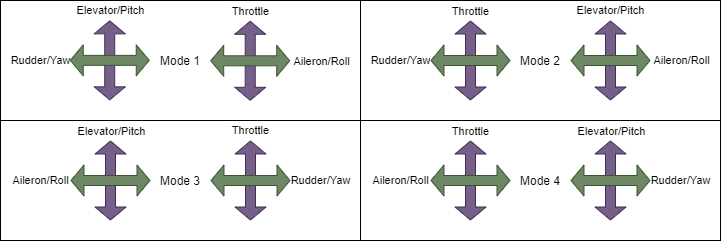
rumpelst1lzk1n/rumpelst1lzk1n.github.io keeps this draw.io diagram as src/img/radio_modes.drawio.png. Above is the earlier version. Source tidied: cells renumbered, new cells last; positions are measured from the earlier drawing's top-left corner, leaving out a move shared by most shapes. Its diagram source:
```xml
<mxGraphModel>
  <root>
    <mxCell id="0" />
    <mxCell id="1" parent="0" />
    <mxCell id="2" value="Mode 1" style="rounded=0;whiteSpace=wrap;html=1;fillColor=none;" parent="1" vertex="1">
      <mxGeometry width="360" height="120" as="geometry" />
    </mxCell>
    <mxCell id="3" value="Mode 4" style="rounded=0;whiteSpace=wrap;html=1;fillColor=none;" parent="1" vertex="1">
      <mxGeometry x="360" y="120" width="360" height="120" as="geometry" />
    </mxCell>
    <mxCell id="4" value="Mode 2" style="rounded=0;whiteSpace=wrap;html=1;fillColor=none;" parent="1" vertex="1">
      <mxGeometry x="360" width="360" height="120" as="geometry" />
    </mxCell>
    <mxCell id="5" value="Mode 3" style="rounded=0;whiteSpace=wrap;html=1;fillColor=none;" parent="1" vertex="1">
      <mxGeometry y="120" width="360" height="120" as="geometry" />
    </mxCell>
    <mxCell id="6" style="shape=flexArrow;endArrow=classic;startArrow=classic;html=1;rounded=0;fillColor=#76608a;endSize=4;startSize=4;arcSize=20;strokeColor=#432D57;" parent="1" edge="1">
      <mxGeometry relative="1" as="geometry">
        <mxPoint x="249.7" y="100.3" as="sourcePoint" />
        <mxPoint x="249.7" y="20.3" as="targetPoint" />
      </mxGeometry>
    </mxCell>
    <mxCell id="7" value="Throttle" style="edgeLabel;html=1;align=center;verticalAlign=middle;labelBackgroundColor=none;" parent="6" vertex="1">
      <mxGeometry x="0.75" y="-2" relative="1" as="geometry">
        <mxPoint x="-2" y="-20" as="offset" />
      </mxGeometry>
    </mxCell>
    <mxCell id="8" style="shape=flexArrow;endArrow=classic;startArrow=classic;html=1;rounded=0;fillColor=#6d8764;endSize=4;startSize=4;arcSize=20;strokeColor=#3A5431;" parent="1" edge="1">
      <mxGeometry relative="1" as="geometry">
        <mxPoint x="209.7" y="60.3" as="sourcePoint" />
        <mxPoint x="289.7" y="60.3" as="targetPoint" />
      </mxGeometry>
    </mxCell>
    <mxCell id="9" value="Aileron/Roll" style="edgeLabel;html=1;align=center;verticalAlign=middle;labelBackgroundColor=none;" parent="8" vertex="1">
      <mxGeometry x="0.56" y="-2" relative="1" as="geometry">
        <mxPoint x="48" y="-2" as="offset" />
      </mxGeometry>
    </mxCell>
    <mxCell id="10" style="shape=flexArrow;endArrow=classic;startArrow=classic;html=1;rounded=0;fillColor=#76608a;endSize=4;startSize=4;arcSize=20;strokeColor=#432D57;" parent="1" edge="1">
      <mxGeometry relative="1" as="geometry">
        <mxPoint x="109.2" y="99.9" as="sourcePoint" />
        <mxPoint x="109.2" y="19.9" as="targetPoint" />
      </mxGeometry>
    </mxCell>
    <mxCell id="11" value="Elevator/Pitch" style="edgeLabel;html=1;align=center;verticalAlign=middle;labelBackgroundColor=none;" parent="10" vertex="1">
      <mxGeometry x="0.77" relative="1" as="geometry">
        <mxPoint y="-19" as="offset" />
      </mxGeometry>
    </mxCell>
    <mxCell id="12" style="shape=flexArrow;endArrow=classic;startArrow=classic;html=1;rounded=0;fillColor=#6d8764;endSize=4;startSize=4;arcSize=20;strokeColor=#3A5431;" parent="1" edge="1">
      <mxGeometry relative="1" as="geometry">
        <mxPoint x="69.2" y="59.9" as="sourcePoint" />
        <mxPoint x="149.2" y="59.9" as="targetPoint" />
      </mxGeometry>
    </mxCell>
    <mxCell id="13" value="Rudder/Yaw" style="edgeLabel;html=1;align=center;verticalAlign=middle;labelBackgroundColor=none;" parent="12" vertex="1">
      <mxGeometry x="-0.43" relative="1" as="geometry">
        <mxPoint x="-52" as="offset" />
      </mxGeometry>
    </mxCell>
    <mxCell id="14" style="shape=flexArrow;endArrow=classic;startArrow=classic;html=1;rounded=0;fillColor=#76608a;endSize=4;startSize=4;arcSize=20;strokeColor=#432D57;" parent="1" edge="1">
      <mxGeometry relative="1" as="geometry">
        <mxPoint x="110" y="220" as="sourcePoint" />
        <mxPoint x="110" y="140" as="targetPoint" />
      </mxGeometry>
    </mxCell>
    <mxCell id="15" value="Elevator/Pitch" style="edgeLabel;html=1;align=center;verticalAlign=middle;labelBackgroundColor=none;" parent="14" vertex="1">
      <mxGeometry x="0.69" y="-1" relative="1" as="geometry">
        <mxPoint y="-22" as="offset" />
      </mxGeometry>
    </mxCell>
    <mxCell id="16" style="shape=flexArrow;endArrow=classic;startArrow=classic;html=1;rounded=0;fillColor=#6d8764;endSize=4;startSize=4;arcSize=20;strokeColor=#3A5431;" parent="1" edge="1">
      <mxGeometry relative="1" as="geometry">
        <mxPoint x="70" y="180" as="sourcePoint" />
        <mxPoint x="150" y="180" as="targetPoint" />
      </mxGeometry>
    </mxCell>
    <mxCell id="17" value="Aileron/Roll" style="edgeLabel;html=1;align=center;verticalAlign=middle;labelBackgroundColor=none;" parent="16" vertex="1">
      <mxGeometry x="-0.87" y="-1" relative="1" as="geometry">
        <mxPoint x="-35" y="-1" as="offset" />
      </mxGeometry>
    </mxCell>
    <mxCell id="18" style="shape=flexArrow;endArrow=classic;startArrow=classic;html=1;rounded=0;fillColor=#76608a;endSize=4;startSize=4;arcSize=20;strokeColor=#432D57;" parent="1" edge="1">
      <mxGeometry relative="1" as="geometry">
        <mxPoint x="250" y="220" as="sourcePoint" />
        <mxPoint x="250" y="140" as="targetPoint" />
      </mxGeometry>
    </mxCell>
    <mxCell id="19" value="Throttle" style="edgeLabel;html=1;align=center;verticalAlign=middle;labelBackgroundColor=none;" parent="18" vertex="1">
      <mxGeometry x="0.72" y="-4" relative="1" as="geometry">
        <mxPoint x="-4" y="-21" as="offset" />
      </mxGeometry>
    </mxCell>
    <mxCell id="20" style="shape=flexArrow;endArrow=classic;startArrow=classic;html=1;rounded=0;fillColor=#6d8764;endSize=4;startSize=4;arcSize=20;strokeColor=#3A5431;" parent="1" edge="1">
      <mxGeometry relative="1" as="geometry">
        <mxPoint x="210" y="180" as="sourcePoint" />
        <mxPoint x="290" y="180" as="targetPoint" />
      </mxGeometry>
    </mxCell>
    <mxCell id="21" value="Rudder/Yaw" style="edgeLabel;html=1;align=center;verticalAlign=middle;labelBackgroundColor=none;" parent="20" vertex="1">
      <mxGeometry x="0.79" y="2" relative="1" as="geometry">
        <mxPoint x="38" y="2" as="offset" />
      </mxGeometry>
    </mxCell>
    <mxCell id="22" style="shape=flexArrow;endArrow=classic;startArrow=classic;html=1;rounded=0;fillColor=#76608a;endSize=4;startSize=4;arcSize=20;strokeColor=#432D57;" parent="1" edge="1">
      <mxGeometry relative="1" as="geometry">
        <mxPoint x="470" y="220" as="sourcePoint" />
        <mxPoint x="470" y="140" as="targetPoint" />
      </mxGeometry>
    </mxCell>
    <mxCell id="23" value="Throttle" style="edgeLabel;html=1;align=center;verticalAlign=middle;labelBackgroundColor=none;" parent="22" vertex="1">
      <mxGeometry x="0.77" y="-4" relative="1" as="geometry">
        <mxPoint x="-4" y="-19" as="offset" />
      </mxGeometry>
    </mxCell>
    <mxCell id="24" style="shape=flexArrow;endArrow=classic;startArrow=classic;html=1;rounded=0;fillColor=#6d8764;endSize=4;startSize=4;arcSize=20;strokeColor=#3A5431;" parent="1" edge="1">
      <mxGeometry relative="1" as="geometry">
        <mxPoint x="430" y="180" as="sourcePoint" />
        <mxPoint x="510" y="180" as="targetPoint" />
      </mxGeometry>
    </mxCell>
    <mxCell id="25" value="Aileron/Roll" style="edgeLabel;html=1;align=center;verticalAlign=middle;labelBackgroundColor=none;" parent="24" vertex="1">
      <mxGeometry x="-0.78" y="4" relative="1" as="geometry">
        <mxPoint x="-39" y="4" as="offset" />
      </mxGeometry>
    </mxCell>
    <mxCell id="26" style="shape=flexArrow;endArrow=classic;startArrow=classic;html=1;rounded=0;fillColor=#76608a;endSize=4;startSize=4;arcSize=20;strokeColor=#432D57;" parent="1" edge="1">
      <mxGeometry relative="1" as="geometry">
        <mxPoint x="610" y="220" as="sourcePoint" />
        <mxPoint x="610" y="140" as="targetPoint" />
      </mxGeometry>
    </mxCell>
    <mxCell id="27" value="Elevator/Pitch" style="edgeLabel;html=1;align=center;verticalAlign=middle;labelBackgroundColor=none;" parent="26" vertex="1">
      <mxGeometry x="0.78" y="-1" relative="1" as="geometry">
        <mxPoint y="-19" as="offset" />
      </mxGeometry>
    </mxCell>
    <mxCell id="28" style="shape=flexArrow;endArrow=classic;startArrow=classic;html=1;rounded=0;fillColor=#6d8764;endSize=4;startSize=4;arcSize=20;strokeColor=#3A5431;" parent="1" edge="1">
      <mxGeometry relative="1" as="geometry">
        <mxPoint x="570" y="180" as="sourcePoint" />
        <mxPoint x="650" y="180" as="targetPoint" />
      </mxGeometry>
    </mxCell>
    <mxCell id="29" value="Rudder/Yaw" style="edgeLabel;html=1;align=center;verticalAlign=middle;labelBackgroundColor=none;" parent="28" vertex="1">
      <mxGeometry x="0.78" y="-1" relative="1" as="geometry">
        <mxPoint x="39" y="-1" as="offset" />
      </mxGeometry>
    </mxCell>
    <mxCell id="30" style="shape=flexArrow;endArrow=classic;startArrow=classic;html=1;rounded=0;fillColor=#76608a;endSize=4;startSize=4;arcSize=20;strokeColor=#432D57;" parent="1" edge="1">
      <mxGeometry relative="1" as="geometry">
        <mxPoint x="610" y="100" as="sourcePoint" />
        <mxPoint x="610" y="20" as="targetPoint" />
      </mxGeometry>
    </mxCell>
    <mxCell id="31" value="Elevator/Pitch" style="edgeLabel;html=1;align=center;verticalAlign=middle;labelBackgroundColor=none;" parent="30" vertex="1">
      <mxGeometry x="0.75" y="-3" relative="1" as="geometry">
        <mxPoint x="-3" y="-20" as="offset" />
      </mxGeometry>
    </mxCell>
    <mxCell id="32" style="shape=flexArrow;endArrow=classic;startArrow=classic;html=1;rounded=0;fillColor=#6d8764;endSize=4;startSize=4;arcSize=20;strokeColor=#3A5431;" parent="1" edge="1">
      <mxGeometry relative="1" as="geometry">
        <mxPoint x="570" y="60" as="sourcePoint" />
        <mxPoint x="650" y="60" as="targetPoint" />
      </mxGeometry>
    </mxCell>
    <mxCell id="33" value="Aileron/Roll" style="edgeLabel;html=1;align=center;verticalAlign=middle;labelBackgroundColor=none;" parent="32" vertex="1">
      <mxGeometry x="0.33" y="-2" relative="1" as="geometry">
        <mxPoint x="57" y="-2" as="offset" />
      </mxGeometry>
    </mxCell>
    <mxCell id="34" style="shape=flexArrow;endArrow=classic;startArrow=classic;html=1;rounded=0;fillColor=#76608a;endSize=4;startSize=4;arcSize=20;strokeColor=#432D57;" parent="1" edge="1">
      <mxGeometry relative="1" as="geometry">
        <mxPoint x="470" y="100" as="sourcePoint" />
        <mxPoint x="470" y="20" as="targetPoint" />
      </mxGeometry>
    </mxCell>
    <mxCell id="35" value="Throttle" style="edgeLabel;html=1;align=center;verticalAlign=middle;labelBackgroundColor=none;" parent="34" vertex="1">
      <mxGeometry x="0.77" y="-5" relative="1" as="geometry">
        <mxPoint x="-5" y="-19" as="offset" />
      </mxGeometry>
    </mxCell>
    <mxCell id="36" style="shape=flexArrow;endArrow=classic;startArrow=classic;html=1;rounded=0;fillColor=#6d8764;endSize=4;startSize=4;arcSize=20;strokeColor=#3A5431;" parent="1" edge="1">
      <mxGeometry relative="1" as="geometry">
        <mxPoint x="430" y="60" as="sourcePoint" />
        <mxPoint x="510" y="60" as="targetPoint" />
      </mxGeometry>
    </mxCell>
    <mxCell id="37" value="Rudder/Yaw" style="edgeLabel;html=1;align=center;verticalAlign=middle;labelBackgroundColor=none;" parent="36" vertex="1">
      <mxGeometry x="-0.72" y="-1" relative="1" as="geometry">
        <mxPoint x="-41" y="-1" as="offset" />
      </mxGeometry>
    </mxCell>
  </root>
</mxGraphModel>
```
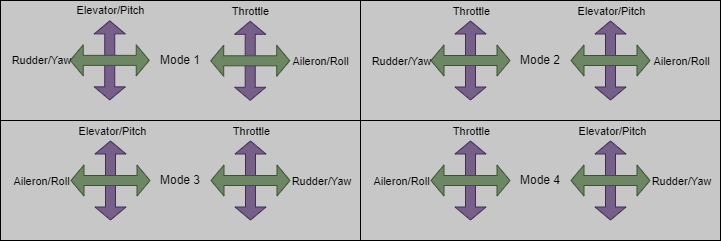
Above is the later version.

Commit message:
add background color

Diff of the diagram source:
```diff
@@ -2,16 +2,16 @@
   <root>
     <mxCell id="0" />
     <mxCell id="1" parent="0" />
-    <mxCell id="2" value="Mode 1" style="rounded=0;whiteSpace=wrap;html=1;fillColor=none;" parent="1" vertex="1">
+    <mxCell id="2" value="&lt;font color=&quot;#000000&quot;&gt;Mode 1&lt;/font&gt;" style="rounded=0;whiteSpace=wrap;html=1;fillColor=#C7C7C7;" parent="1" vertex="1">
       <mxGeometry width="360" height="120" as="geometry" />
     </mxCell>
-    <mxCell id="3" value="Mode 4" style="rounded=0;whiteSpace=wrap;html=1;fillColor=none;" parent="1" vertex="1">
+    <mxCell id="3" value="&lt;font color=&quot;#000000&quot;&gt;Mode 4&lt;/font&gt;" style="rounded=0;whiteSpace=wrap;html=1;fillColor=#C7C7C7;" parent="1" vertex="1">
       <mxGeometry x="360" y="120" width="360" height="120" as="geometry" />
     </mxCell>
-    <mxCell id="4" value="Mode 2" style="rounded=0;whiteSpace=wrap;html=1;fillColor=none;" parent="1" vertex="1">
+    <mxCell id="4" value="&lt;font color=&quot;#000000&quot;&gt;Mode 2&lt;/font&gt;" style="rounded=0;whiteSpace=wrap;html=1;fillColor=#C7C7C7;" parent="1" vertex="1">
       <mxGeometry x="360" width="360" height="120" as="geometry" />
     </mxCell>
-    <mxCell id="5" value="Mode 3" style="rounded=0;whiteSpace=wrap;html=1;fillColor=none;" parent="1" vertex="1">
+    <mxCell id="5" value="&lt;font color=&quot;#000000&quot;&gt;Mode 3&lt;/font&gt;" style="rounded=0;whiteSpace=wrap;html=1;fillColor=#C7C7C7;" parent="1" vertex="1">
       <mxGeometry y="120" width="360" height="120" as="geometry" />
     </mxCell>
     <mxCell id="6" style="shape=flexArrow;endArrow=classic;startArrow=classic;html=1;rounded=0;fillColor=#76608a;endSize=4;startSize=4;arcSize=20;strokeColor=#432D57;" parent="1" edge="1">
@@ -20,7 +20,7 @@
         <mxPoint x="249.7" y="20.3" as="targetPoint" />
       </mxGeometry>
     </mxCell>
-    <mxCell id="7" value="Throttle" style="edgeLabel;html=1;align=center;verticalAlign=middle;labelBackgroundColor=none;" parent="6" vertex="1">
+    <mxCell id="7" value="Throttle" style="edgeLabel;html=1;align=center;verticalAlign=middle;labelBackgroundColor=none;fontColor=#000000;" parent="6" vertex="1">
       <mxGeometry x="0.75" y="-2" relative="1" as="geometry">
         <mxPoint x="-2" y="-20" as="offset" />
       </mxGeometry>
@@ -31,7 +31,7 @@
         <mxPoint x="289.7" y="60.3" as="targetPoint" />
       </mxGeometry>
     </mxCell>
-    <mxCell id="9" value="Aileron/Roll" style="edgeLabel;html=1;align=center;verticalAlign=middle;labelBackgroundColor=none;" parent="8" vertex="1">
+    <mxCell id="9" value="Aileron/Roll" style="edgeLabel;html=1;align=center;verticalAlign=middle;labelBackgroundColor=none;fontColor=#000000;" parent="8" vertex="1">
       <mxGeometry x="0.56" y="-2" relative="1" as="geometry">
         <mxPoint x="48" y="-2" as="offset" />
       </mxGeometry>
@@ -42,7 +42,7 @@
         <mxPoint x="109.2" y="19.9" as="targetPoint" />
       </mxGeometry>
     </mxCell>
-    <mxCell id="11" value="Elevator/Pitch" style="edgeLabel;html=1;align=center;verticalAlign=middle;labelBackgroundColor=none;" parent="10" vertex="1">
+    <mxCell id="11" value="Elevator/Pitch" style="edgeLabel;html=1;align=center;verticalAlign=middle;labelBackgroundColor=none;fontColor=#000000;" parent="10" vertex="1">
       <mxGeometry x="0.77" relative="1" as="geometry">
         <mxPoint y="-19" as="offset" />
       </mxGeometry>
@@ -53,7 +53,7 @@
         <mxPoint x="149.2" y="59.9" as="targetPoint" />
       </mxGeometry>
     </mxCell>
-    <mxCell id="13" value="Rudder/Yaw" style="edgeLabel;html=1;align=center;verticalAlign=middle;labelBackgroundColor=none;" parent="12" vertex="1">
+    <mxCell id="13" value="Rudder/Yaw" style="edgeLabel;html=1;align=center;verticalAlign=middle;labelBackgroundColor=none;fontColor=#000000;" parent="12" vertex="1">
       <mxGeometry x="-0.43" relative="1" as="geometry">
         <mxPoint x="-52" as="offset" />
       </mxGeometry>
@@ -64,7 +64,7 @@
         <mxPoint x="110" y="140" as="targetPoint" />
       </mxGeometry>
     </mxCell>
-    <mxCell id="15" value="Elevator/Pitch" style="edgeLabel;html=1;align=center;verticalAlign=middle;labelBackgroundColor=none;" parent="14" vertex="1">
+    <mxCell id="15" value="Elevator/Pitch" style="edgeLabel;html=1;align=center;verticalAlign=middle;labelBackgroundColor=none;fontColor=#000000;" parent="14" vertex="1">
       <mxGeometry x="0.69" y="-1" relative="1" as="geometry">
         <mxPoint y="-22" as="offset" />
       </mxGeometry>
@@ -75,7 +75,7 @@
         <mxPoint x="150" y="180" as="targetPoint" />
       </mxGeometry>
     </mxCell>
-    <mxCell id="17" value="Aileron/Roll" style="edgeLabel;html=1;align=center;verticalAlign=middle;labelBackgroundColor=none;" parent="16" vertex="1">
+    <mxCell id="17" value="Aileron/Roll" style="edgeLabel;html=1;align=center;verticalAlign=middle;labelBackgroundColor=none;fontColor=#000000;" parent="16" vertex="1">
       <mxGeometry x="-0.87" y="-1" relative="1" as="geometry">
         <mxPoint x="-35" y="-1" as="offset" />
       </mxGeometry>
@@ -86,7 +86,7 @@
         <mxPoint x="250" y="140" as="targetPoint" />
       </mxGeometry>
     </mxCell>
-    <mxCell id="19" value="Throttle" style="edgeLabel;html=1;align=center;verticalAlign=middle;labelBackgroundColor=none;" parent="18" vertex="1">
+    <mxCell id="19" value="Throttle" style="edgeLabel;html=1;align=center;verticalAlign=middle;labelBackgroundColor=none;fontColor=#000000;" parent="18" vertex="1">
       <mxGeometry x="0.72" y="-4" relative="1" as="geometry">
         <mxPoint x="-4" y="-21" as="offset" />
       </mxGeometry>
@@ -97,7 +97,7 @@
         <mxPoint x="290" y="180" as="targetPoint" />
       </mxGeometry>
     </mxCell>
-    <mxCell id="21" value="Rudder/Yaw" style="edgeLabel;html=1;align=center;verticalAlign=middle;labelBackgroundColor=none;" parent="20" vertex="1">
+    <mxCell id="21" value="Rudder/Yaw" style="edgeLabel;html=1;align=center;verticalAlign=middle;labelBackgroundColor=none;fontColor=#000000;" parent="20" vertex="1">
       <mxGeometry x="0.79" y="2" relative="1" as="geometry">
         <mxPoint x="38" y="2" as="offset" />
       </mxGeometry>
@@ -108,7 +108,7 @@
         <mxPoint x="470" y="140" as="targetPoint" />
       </mxGeometry>
     </mxCell>
-    <mxCell id="23" value="Throttle" style="edgeLabel;html=1;align=center;verticalAlign=middle;labelBackgroundColor=none;" parent="22" vertex="1">
+    <mxCell id="23" value="Throttle" style="edgeLabel;html=1;align=center;verticalAlign=middle;labelBackgroundColor=none;fontColor=#000000;" parent="22" vertex="1">
       <mxGeometry x="0.77" y="-4" relative="1" as="geometry">
         <mxPoint x="-4" y="-19" as="offset" />
       </mxGeometry>
@@ -119,7 +119,7 @@
         <mxPoint x="510" y="180" as="targetPoint" />
       </mxGeometry>
     </mxCell>
-    <mxCell id="25" value="Aileron/Roll" style="edgeLabel;html=1;align=center;verticalAlign=middle;labelBackgroundColor=none;" parent="24" vertex="1">
+    <mxCell id="25" value="Aileron/Roll" style="edgeLabel;html=1;align=center;verticalAlign=middle;labelBackgroundColor=none;fontColor=#000000;" parent="24" vertex="1">
       <mxGeometry x="-0.78" y="4" relative="1" as="geometry">
         <mxPoint x="-39" y="4" as="offset" />
       </mxGeometry>
@@ -130,7 +130,7 @@
         <mxPoint x="610" y="140" as="targetPoint" />
       </mxGeometry>
     </mxCell>
-    <mxCell id="27" value="Elevator/Pitch" style="edgeLabel;html=1;align=center;verticalAlign=middle;labelBackgroundColor=none;" parent="26" vertex="1">
+    <mxCell id="27" value="Elevator/Pitch" style="edgeLabel;html=1;align=center;verticalAlign=middle;labelBackgroundColor=none;fontColor=#000000;" parent="26" vertex="1">
       <mxGeometry x="0.78" y="-1" relative="1" as="geometry">
         <mxPoint y="-19" as="offset" />
       </mxGeometry>
@@ -141,7 +141,7 @@
         <mxPoint x="650" y="180" as="targetPoint" />
       </mxGeometry>
     </mxCell>
-    <mxCell id="29" value="Rudder/Yaw" style="edgeLabel;html=1;align=center;verticalAlign=middle;labelBackgroundColor=none;" parent="28" vertex="1">
+    <mxCell id="29" value="Rudder/Yaw" style="edgeLabel;html=1;align=center;verticalAlign=middle;labelBackgroundColor=none;fontColor=#000000;" parent="28" vertex="1">
       <mxGeometry x="0.78" y="-1" relative="1" as="geometry">
         <mxPoint x="39" y="-1" as="offset" />
       </mxGeometry>
@@ -152,7 +152,7 @@
         <mxPoint x="610" y="20" as="targetPoint" />
       </mxGeometry>
     </mxCell>
-    <mxCell id="31" value="Elevator/Pitch" style="edgeLabel;html=1;align=center;verticalAlign=middle;labelBackgroundColor=none;" parent="30" vertex="1">
+    <mxCell id="31" value="Elevator/Pitch" style="edgeLabel;html=1;align=center;verticalAlign=middle;labelBackgroundColor=none;fontColor=#000000;" parent="30" vertex="1">
       <mxGeometry x="0.75" y="-3" relative="1" as="geometry">
         <mxPoint x="-3" y="-20" as="offset" />
       </mxGeometry>
@@ -163,7 +163,7 @@
         <mxPoint x="650" y="60" as="targetPoint" />
       </mxGeometry>
     </mxCell>
-    <mxCell id="33" value="Aileron/Roll" style="edgeLabel;html=1;align=center;verticalAlign=middle;labelBackgroundColor=none;" parent="32" vertex="1">
+    <mxCell id="33" value="Aileron/Roll" style="edgeLabel;html=1;align=center;verticalAlign=middle;labelBackgroundColor=none;fontColor=#000000;" parent="32" vertex="1">
       <mxGeometry x="0.33" y="-2" relative="1" as="geometry">
         <mxPoint x="57" y="-2" as="offset" />
       </mxGeometry>
@@ -174,7 +174,7 @@
         <mxPoint x="470" y="20" as="targetPoint" />
       </mxGeometry>
     </mxCell>
-    <mxCell id="35" value="Throttle" style="edgeLabel;html=1;align=center;verticalAlign=middle;labelBackgroundColor=none;" parent="34" vertex="1">
+    <mxCell id="35" value="&lt;font color=&quot;#000000&quot;&gt;Throttle&lt;/font&gt;" style="edgeLabel;html=1;align=center;verticalAlign=middle;labelBackgroundColor=none;" parent="34" vertex="1">
       <mxGeometry x="0.77" y="-5" relative="1" as="geometry">
         <mxPoint x="-5" y="-19" as="offset" />
       </mxGeometry>
@@ -185,7 +185,7 @@
         <mxPoint x="510" y="60" as="targetPoint" />
       </mxGeometry>
     </mxCell>
-    <mxCell id="37" value="Rudder/Yaw" style="edgeLabel;html=1;align=center;verticalAlign=middle;labelBackgroundColor=none;" parent="36" vertex="1">
+    <mxCell id="37" value="Rudder/Yaw" style="edgeLabel;html=1;align=center;verticalAlign=middle;labelBackgroundColor=none;fontColor=#00000;" parent="36" vertex="1">
       <mxGeometry x="-0.72" y="-1" relative="1" as="geometry">
         <mxPoint x="-41" y="-1" as="offset" />
       </mxGeometry>
```
